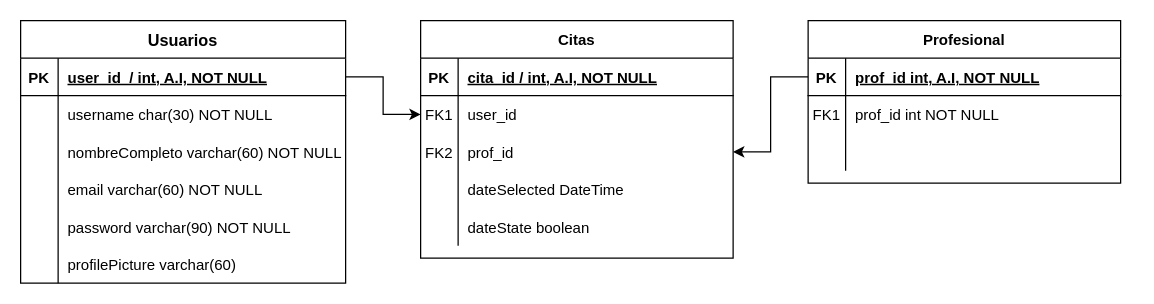
This is Untitled Diagram.drawio from Eat-Fit/ERM-DB, a draw.io file, before an edit. Source tidied: cells renumbered, new cells numbered last; positions are measured from the earlier drawing's top-left corner, leaving out a move shared by most shapes. Both pictures are drawn from the tidied source at 125%, with x=0, y=0 at pixel (20, 20).
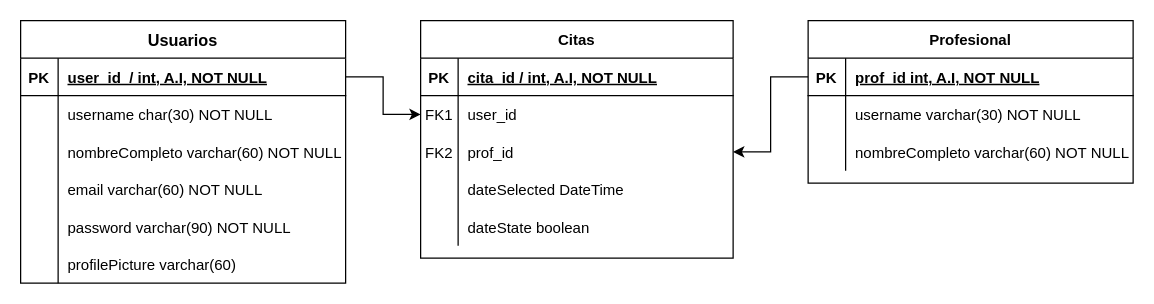
After the change.

Commit message:
tabla profesional

Change to the diagram source:
```diff
@@
     <mxCell id="23" value="Profesional" style="shape=table;startSize=30;childLayout=tableLayout;rowLines=0;fontStyle=1;align=center;" parent="1" vertex="1">
-      <mxGeometry x="630" width="250" height="130" as="geometry" />
+      <mxGeometry x="630" width="260" height="130" as="geometry" />
     </mxCell>
     <mxCell id="24" style="shape=partialRectangle;fillColor=none;points=[[0,0.5],[1,0.5]];portConstraint=eastwest;top=0;left=0;right=0;bottom=1;" parent="23" vertex="1">
-      <mxGeometry y="30" width="250" height="30" as="geometry" />
+      <mxGeometry y="30" width="260" height="30" as="geometry" />
     </mxCell>
@@
     <mxCell id="26" value="prof_id int, A.I, NOT NULL " style="shape=partialRectangle;overflow=hidden;fillColor=none;top=0;left=0;bottom=0;right=0;align=left;spacingLeft=6;fontStyle=5;" parent="24" vertex="1">
-      <mxGeometry x="30" width="220" height="30" as="geometry" />
+      <mxGeometry x="30" width="230" height="30" as="geometry" />
     </mxCell>
     <mxCell id="27" style="shape=partialRectangle;fillColor=none;top=0;left=0;right=0;bottom=0;" parent="23" vertex="1">
-      <mxGeometry y="60" width="250" height="30" as="geometry" />
+      <mxGeometry y="60" width="260" height="30" as="geometry" />
     </mxCell>
-    <mxCell id="28" value="FK1" style="shape=partialRectangle;overflow=hidden;fillColor=none;top=0;left=0;bottom=0;right=0;" parent="27" vertex="1">
+    <mxCell id="28" style="shape=partialRectangle;overflow=hidden;fillColor=none;top=0;left=0;bottom=0;right=0;" parent="27" vertex="1">
       <mxGeometry width="30" height="30" as="geometry" />
     </mxCell>
-    <mxCell id="29" value="prof_id int NOT NULL" style="shape=partialRectangle;overflow=hidden;fillColor=none;top=0;left=0;bottom=0;right=0;align=left;spacingLeft=6;" parent="27" vertex="1">
-      <mxGeometry x="30" width="220" height="30" as="geometry" />
+    <mxCell id="29" value="username varchar(30) NOT NULL" style="shape=partialRectangle;overflow=hidden;fillColor=none;top=0;left=0;bottom=0;right=0;align=left;spacingLeft=6;" parent="27" vertex="1">
+      <mxGeometry x="30" width="230" height="30" as="geometry" />
     </mxCell>
     <mxCell id="30" style="shape=partialRectangle;fillColor=none;top=0;left=0;right=0;bottom=0;" parent="23" vertex="1">
-      <mxGeometry y="90" width="250" height="30" as="geometry" />
+      <mxGeometry y="90" width="260" height="30" as="geometry" />
     </mxCell>
@@
-    <mxCell id="32" style="shape=partialRectangle;overflow=hidden;fillColor=none;top=0;left=0;bottom=0;right=0;align=left;spacingLeft=6;" parent="30" vertex="1">
-      <mxGeometry x="30" width="220" height="30" as="geometry" />
+    <mxCell id="32" value="nombreCompleto varchar(60) NOT NULL" style="shape=partialRectangle;overflow=hidden;fillColor=none;top=0;left=0;bottom=0;right=0;align=left;spacingLeft=6;" parent="30" vertex="1">
+      <mxGeometry x="30" width="230" height="30" as="geometry" />
     </mxCell>
```
